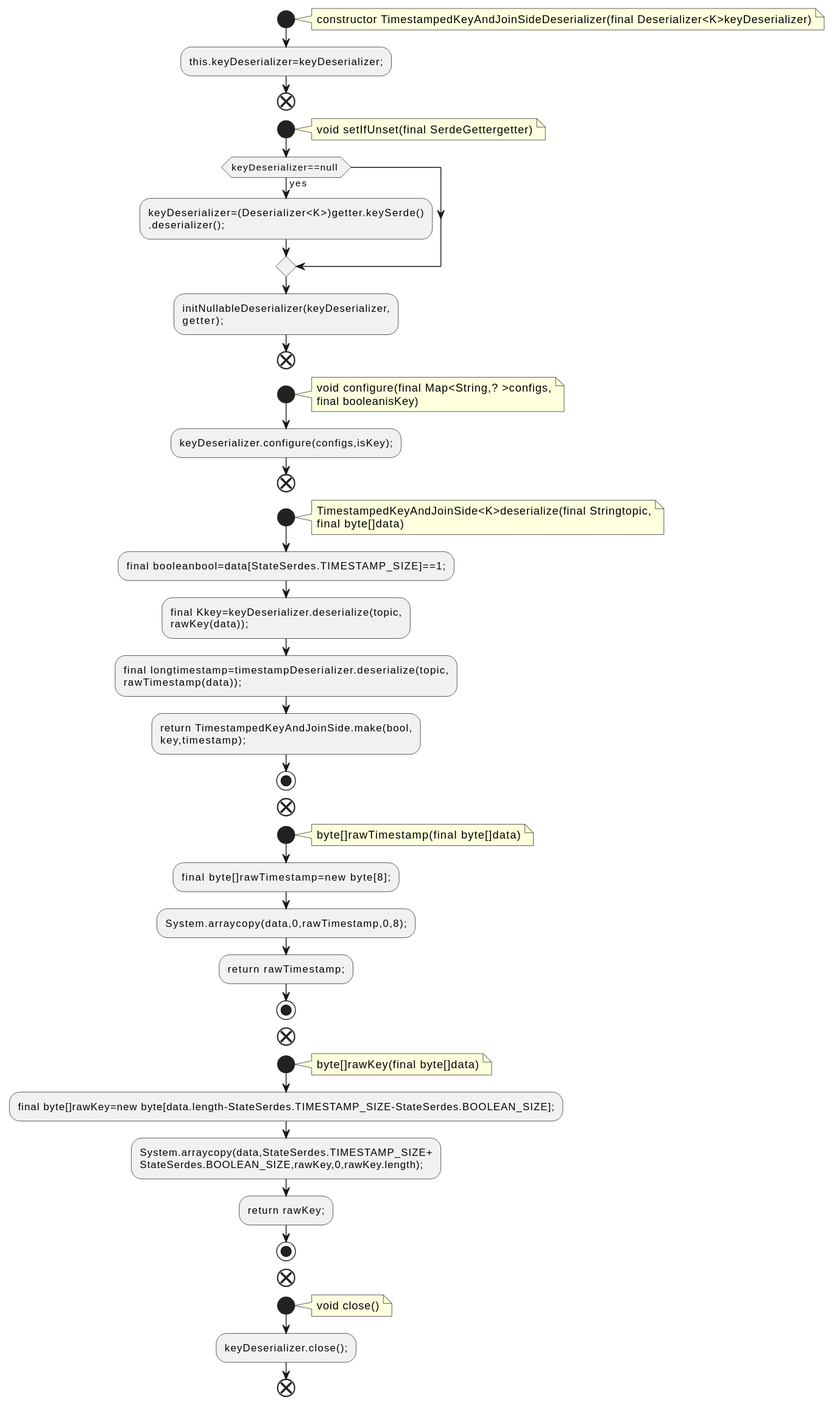
Before: docs/qc/streams/src/main/java/org/apache/kafka/streams/state/internals/TimestampedKeyAndJoinSideDeserializer.java.fct.svg, a diagram exported from PlantUML (qualitesys/kafka).
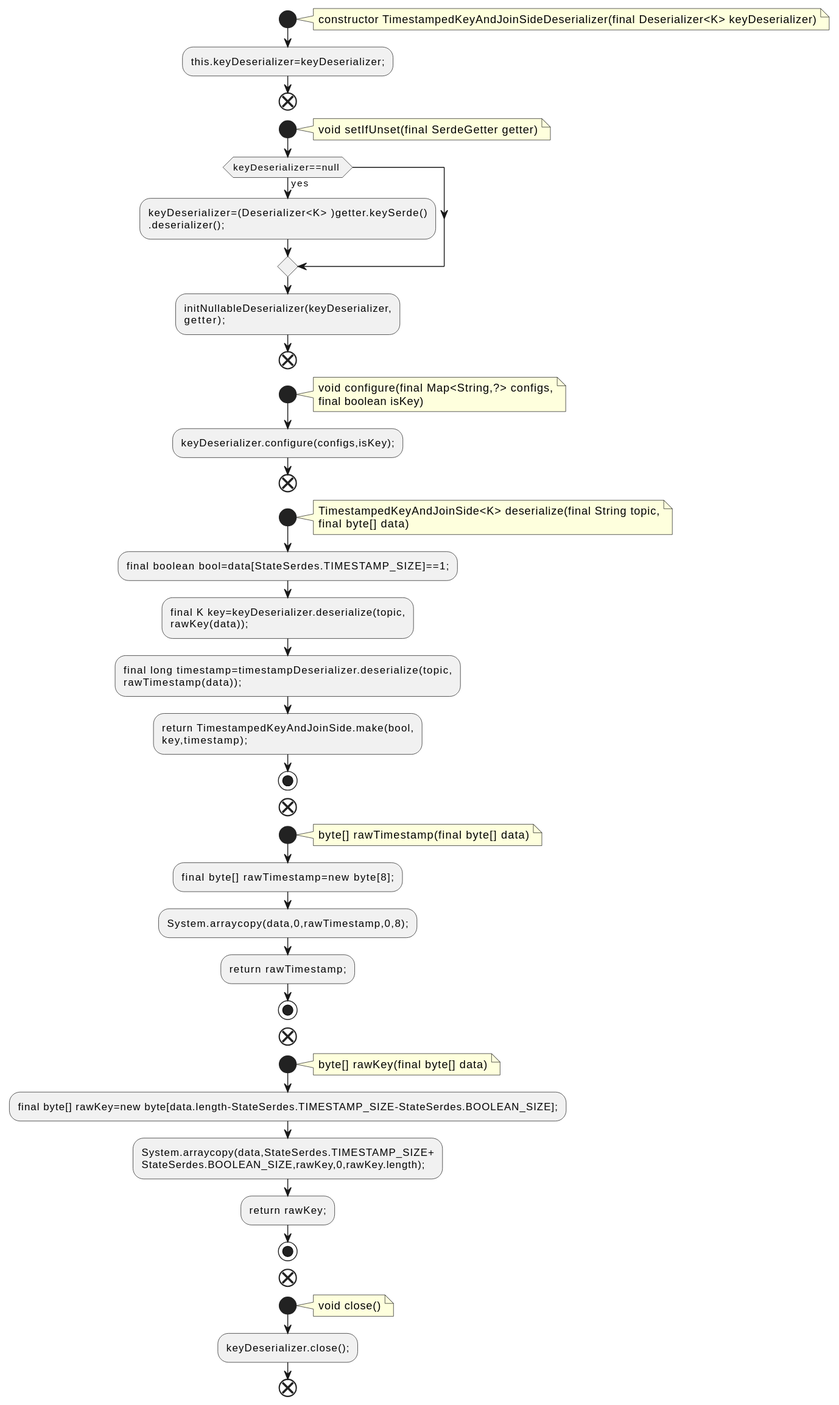
After the commit.

What changed in the source:
```diff
@@ -2,16 +2,16 @@
 !pragma layout smetana
 start
 note right
-constructor TimestampedKeyAndJoinSideDeserializer(final Deserializer<K>keyDeserializer)
+constructor TimestampedKeyAndJoinSideDeserializer(final Deserializer<K> keyDeserializer)
 end note
 :this.keyDeserializer=keyDeserializer;;
 end
 start
 note right
-void setIfUnset(final SerdeGettergetter)
+void setIfUnset(final SerdeGetter getter)
 end note
 if (keyDeserializer==null ) then (yes)
-:keyDeserializer=(Deserializer<K>)getter.keySerde()
+:keyDeserializer=(Deserializer<K> )getter.keySerde()
 .deserializer();;
 endif
 :initNullableDeserializer(keyDeserializer,
@@ -19,20 +19,20 @@
 end
 start
 note right
-void configure(final Map<String,? >configs,
-final booleanisKey)
+void configure(final Map<String,?> configs,
+final boolean isKey)
 end note
 :keyDeserializer.configure(configs,isKey);;
 end
 start
 note right
-TimestampedKeyAndJoinSide<K>deserialize(final Stringtopic,
-final byte[]data)
+TimestampedKeyAndJoinSide<K> deserialize(final String topic,
+final byte[] data)
 end note
-:final booleanbool=data[StateSerdes.TIMESTAMP_SIZE]==1;;
-:final Kkey=keyDeserializer.deserialize(topic,
+:final boolean bool=data[StateSerdes.TIMESTAMP_SIZE]==1;;
+:final K key=keyDeserializer.deserialize(topic,
 rawKey(data));;
-:final longtimestamp=timestampDeserializer.deserialize(topic,
+:final long timestamp=timestampDeserializer.deserialize(topic,
 rawTimestamp(data));;
 :return TimestampedKeyAndJoinSide.make(bool,
 key,timestamp);;
@@ -40,18 +40,18 @@
 end
 start
 note right
-byte[]rawTimestamp(final byte[]data)
+byte[] rawTimestamp(final byte[] data)
 end note
-:final byte[]rawTimestamp=new byte[8];;
+:final byte[] rawTimestamp=new byte[8];;
 :System.arraycopy(data,0,rawTimestamp,0,8);;
 :return rawTimestamp;;
 stop
 end
 start
 note right
-byte[]rawKey(final byte[]data)
+byte[] rawKey(final byte[] data)
 end note
-:final byte[]rawKey=new byte[data.length-StateSerdes.TIMESTAMP_SIZE-StateSerdes.BOOLEAN_SIZE];;
+:final byte[] rawKey=new byte[data.length-StateSerdes.TIMESTAMP_SIZE-StateSerdes.BOOLEAN_SIZE];;
 :System.arraycopy(data,StateSerdes.TIMESTAMP_SIZE+
 StateSerdes.BOOLEAN_SIZE,rawKey,0,rawKey.length);;
 :return rawKey;;
```
